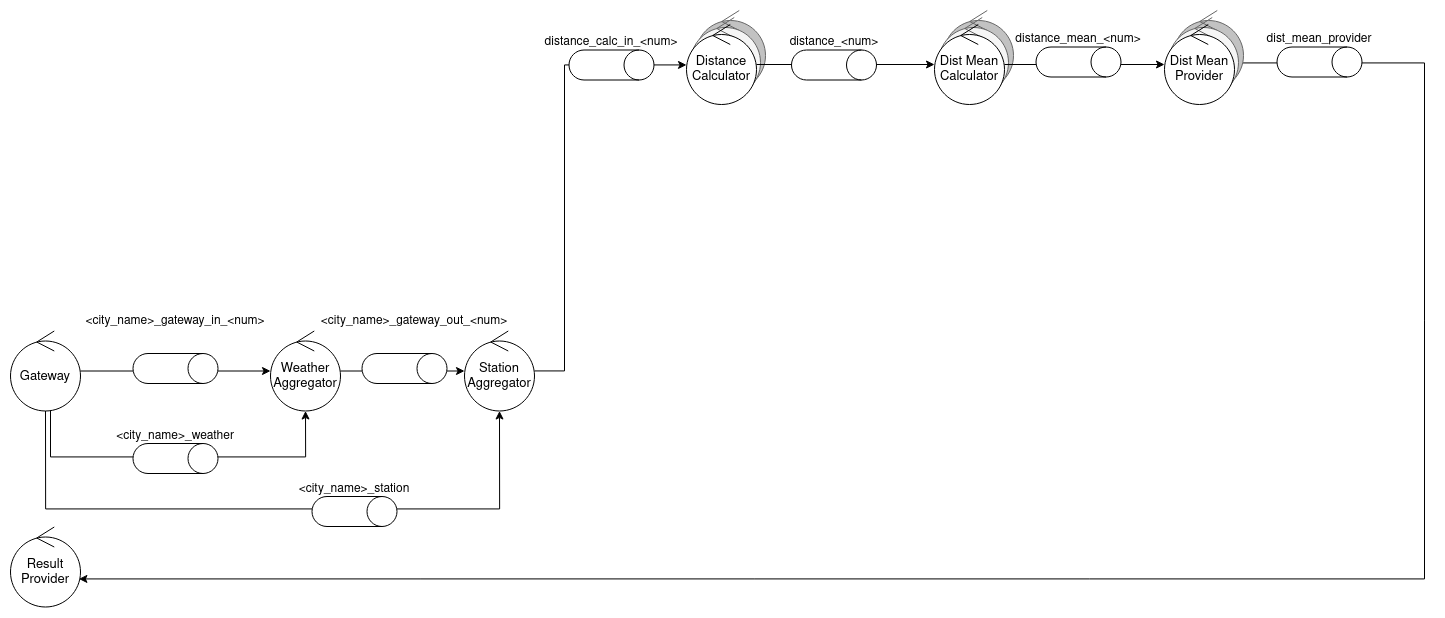
The draw.io diagram docs/robustness_query_3.png in efoppiano/dist1_tp1, before a commit. Source tidied: cells renumbered, new cells last; positions are measured from the earlier drawing's top-left corner, leaving out a move shared by most shapes.
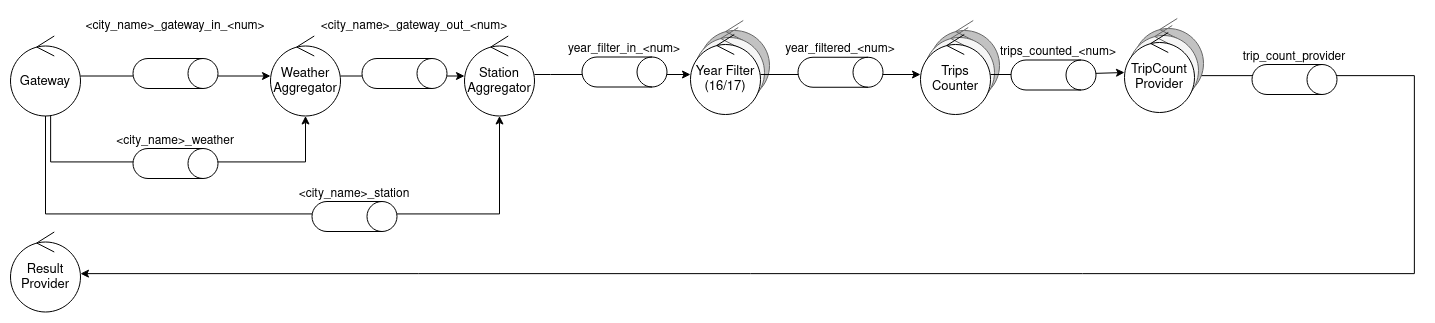
After the commit.

Diff of the diagram source:
```diff
@@ -43,7 +43,7 @@
       <mxGeometry relative="1" as="geometry" />
     </mxCell>
     <mxCell id="12" style="group;fontSize=13;" parent="1" vertex="1">
-      <mxGeometry x="676" width="79" height="94" as="geometry" />
+      <mxGeometry x="680" y="305" width="79" height="94" as="geometry" />
     </mxCell>
     <mxCell id="13" style="ellipse;shape=umlControl;whiteSpace=wrap;html=1;fillColor=#C2C2C2;fontColor=#333333;strokeColor=#666666;fontSize=13;" parent="12" vertex="1">
       <mxGeometry x="9" width="70" height="80" as="geometry" />
@@ -51,27 +51,27 @@
     <mxCell id="14" style="ellipse;shape=umlControl;whiteSpace=wrap;html=1;fillColor=#f5f5f5;fontColor=#333333;strokeColor=#666666;fontSize=13;" parent="12" vertex="1">
       <mxGeometry x="4" y="7" width="70" height="80" as="geometry" />
     </mxCell>
-    <mxCell id="15" value="Distance Calculator" style="ellipse;shape=umlControl;whiteSpace=wrap;html=1;fontSize=13;" parent="12" vertex="1">
+    <mxCell id="15" value="Year Filter (16/17)" style="ellipse;shape=umlControl;whiteSpace=wrap;html=1;fontSize=13;" parent="12" vertex="1">
       <mxGeometry y="14" width="70" height="80" as="geometry" />
     </mxCell>
     <mxCell id="16" style="edgeStyle=orthogonalEdgeStyle;rounded=0;jettySize=auto;html=1;fontSize=13;" parent="1" edge="1" source="7" target="15">
       <mxGeometry relative="1" as="geometry">
         <Array as="points">
-          <mxPoint x="554" y="360.5" />
-          <mxPoint x="554" y="54.5" />
+          <mxPoint x="540" y="359" />
+          <mxPoint x="540" y="359" />
         </Array>
       </mxGeometry>
     </mxCell>
     <mxCell id="17" style="edgeStyle=orthogonalEdgeStyle;rounded=0;jettySize=auto;html=1;" parent="1" edge="1" source="21" target="45">
       <mxGeometry relative="1" as="geometry">
         <Array as="points">
-          <mxPoint x="1414" y="52.5" />
-          <mxPoint x="1414" y="568.5" />
+          <mxPoint x="1404" y="360" />
+          <mxPoint x="1404" y="558" />
         </Array>
       </mxGeometry>
     </mxCell>
     <mxCell id="18" style="group;fontSize=13;" parent="1" vertex="1">
-      <mxGeometry x="1154" width="79" height="94" as="geometry" />
+      <mxGeometry x="1114" y="303" width="79" height="94" as="geometry" />
     </mxCell>
     <mxCell id="19" style="ellipse;shape=umlControl;whiteSpace=wrap;html=1;fillColor=#C2C2C2;fontColor=#333333;strokeColor=#666666;fontSize=13;" parent="18" vertex="1">
       <mxGeometry x="9" width="70" height="80" as="geometry" />
@@ -79,7 +79,7 @@
     <mxCell id="20" style="ellipse;shape=umlControl;whiteSpace=wrap;html=1;fillColor=#f5f5f5;fontColor=#333333;strokeColor=#666666;fontSize=13;" parent="18" vertex="1">
       <mxGeometry x="4" y="7" width="70" height="80" as="geometry" />
     </mxCell>
-    <mxCell id="21" value="Dist Mean Provider" style="ellipse;shape=umlControl;whiteSpace=wrap;html=1;fontSize=13;" parent="18" vertex="1">
+    <mxCell id="21" value="TripCount Provider" style="ellipse;shape=umlControl;whiteSpace=wrap;html=1;fontSize=13;" parent="18" vertex="1">
       <mxGeometry y="14" width="70" height="80" as="geometry" />
     </mxCell>
     <mxCell id="22" style="shape=cylinder3;whiteSpace=wrap;html=1;boundedLbl=1;backgroundOutline=1;size=15;rotation=90;" parent="1" vertex="1">
@@ -107,19 +107,19 @@
       <mxGeometry x="314" y="463.5" width="60" height="30" as="geometry" />
     </mxCell>
     <mxCell id="30" style="shape=cylinder3;whiteSpace=wrap;html=1;boundedLbl=1;backgroundOutline=1;size=15;rotation=90;" parent="1" vertex="1">
-      <mxGeometry x="586" y="12" width="30" height="85" as="geometry" />
+      <mxGeometry x="599" y="314" width="30" height="85" as="geometry" />
     </mxCell>
-    <mxCell id="31" value="distance_calc_in_&amp;lt;num&amp;gt;" style="text;html=1;strokeColor=none;fillColor=none;align=center;verticalAlign=middle;whiteSpace=wrap;rounded=0;" parent="1" vertex="1">
-      <mxGeometry x="571" y="17" width="60" height="30" as="geometry" />
+    <mxCell id="31" value="year_filter_in_&amp;lt;num&amp;gt;" style="text;html=1;strokeColor=none;fillColor=none;align=center;verticalAlign=middle;whiteSpace=wrap;rounded=0;" parent="1" vertex="1">
+      <mxGeometry x="584" y="319" width="60" height="30" as="geometry" />
     </mxCell>
     <mxCell id="32" style="shape=cylinder3;whiteSpace=wrap;html=1;boundedLbl=1;backgroundOutline=1;size=15;rotation=90;" parent="1" vertex="1">
-      <mxGeometry x="1294" y="9" width="30" height="85" as="geometry" />
+      <mxGeometry x="1269" y="321.5" width="30" height="85" as="geometry" />
     </mxCell>
-    <mxCell id="33" value="dist_mean_provider" style="text;html=1;strokeColor=none;fillColor=none;align=center;verticalAlign=middle;whiteSpace=wrap;rounded=0;" parent="1" vertex="1">
-      <mxGeometry x="1279" y="14" width="60" height="30" as="geometry" />
+    <mxCell id="33" value="trip_count_provider" style="text;html=1;strokeColor=none;fillColor=none;align=center;verticalAlign=middle;whiteSpace=wrap;rounded=0;" parent="1" vertex="1">
+      <mxGeometry x="1254" y="326.5" width="60" height="30" as="geometry" />
     </mxCell>
     <mxCell id="34" style="group;fontSize=13;" parent="1" vertex="1">
-      <mxGeometry x="924" width="79" height="94" as="geometry" />
+      <mxGeometry x="910" y="305" width="79" height="94" as="geometry" />
     </mxCell>
     <mxCell id="35" style="ellipse;shape=umlControl;whiteSpace=wrap;html=1;fillColor=#C2C2C2;fontColor=#333333;strokeColor=#666666;fontSize=13;" parent="34" vertex="1">
       <mxGeometry x="9" width="70" height="80" as="geometry" />
@@ -127,26 +127,26 @@
     <mxCell id="36" style="ellipse;shape=umlControl;whiteSpace=wrap;html=1;fillColor=#f5f5f5;fontColor=#333333;strokeColor=#666666;fontSize=13;" parent="34" vertex="1">
       <mxGeometry x="4" y="7" width="70" height="80" as="geometry" />
     </mxCell>
-    <mxCell id="37" value="Dist Mean Calculator" style="ellipse;shape=umlControl;whiteSpace=wrap;html=1;fontSize=13;" parent="34" vertex="1">
+    <mxCell id="37" value="Trips Counter" style="ellipse;shape=umlControl;whiteSpace=wrap;html=1;fontSize=13;" parent="34" vertex="1">
       <mxGeometry y="14" width="70" height="80" as="geometry" />
     </mxCell>
     <mxCell id="38" style="edgeStyle=orthogonalEdgeStyle;rounded=0;jettySize=auto;html=1;" parent="1" edge="1" source="15" target="37">
       <mxGeometry relative="1" as="geometry" />
     </mxCell>
-    <mxCell id="39" style="edgeStyle=orthogonalEdgeStyle;rounded=0;jettySize=auto;html=1;" parent="1" edge="1" source="37" target="21">
-      <mxGeometry relative="1" as="geometry" />
+    <mxCell id="39" style="shape=cylinder3;whiteSpace=wrap;html=1;boundedLbl=1;backgroundOutline=1;size=15;rotation=90;" parent="1" vertex="1">
+      <mxGeometry x="815" y="314.2" width="30" height="85" as="geometry" />
     </mxCell>
-    <mxCell id="40" style="shape=cylinder3;whiteSpace=wrap;html=1;boundedLbl=1;backgroundOutline=1;size=15;rotation=90;" parent="1" vertex="1">
-      <mxGeometry x="808.5" y="12" width="30" height="85" as="geometry" />
+    <mxCell id="40" value="year_filtered_&amp;lt;num&amp;gt;" style="text;html=1;strokeColor=none;fillColor=none;align=center;verticalAlign=middle;whiteSpace=wrap;rounded=0;" parent="1" vertex="1">
+      <mxGeometry x="800" y="319.2" width="60" height="30" as="geometry" />
     </mxCell>
-    <mxCell id="41" value="distance_&amp;lt;num&amp;gt;" style="text;html=1;strokeColor=none;fillColor=none;align=center;verticalAlign=middle;whiteSpace=wrap;rounded=0;" parent="1" vertex="1">
-      <mxGeometry x="793.5" y="17" width="60" height="30" as="geometry" />
+    <mxCell id="41" style="edgeStyle=orthogonalEdgeStyle;rounded=0;jettySize=auto;html=1;" parent="1" edge="1" source="37" target="21">
+      <mxGeometry relative="1" as="geometry" />
     </mxCell>
     <mxCell id="42" style="shape=cylinder3;whiteSpace=wrap;html=1;boundedLbl=1;backgroundOutline=1;size=15;rotation=90;" parent="1" vertex="1">
-      <mxGeometry x="1053" y="9" width="30" height="85" as="geometry" />
+      <mxGeometry x="1028" y="317" width="30" height="85" as="geometry" />
     </mxCell>
-    <mxCell id="43" value="distance_mean_&amp;lt;num&amp;gt;" style="text;html=1;strokeColor=none;fillColor=none;align=center;verticalAlign=middle;whiteSpace=wrap;rounded=0;" parent="1" vertex="1">
-      <mxGeometry x="1038" y="14" width="60" height="30" as="geometry" />
+    <mxCell id="43" value="trips_counted_&amp;lt;num&amp;gt;" style="text;html=1;strokeColor=none;fillColor=none;align=center;verticalAlign=middle;whiteSpace=wrap;rounded=0;" parent="1" vertex="1">
+      <mxGeometry x="1018" y="322" width="60" height="30" as="geometry" />
     </mxCell>
     <mxCell id="44" style="group;fontSize=13;" parent="1" vertex="1">
       <mxGeometry y="502.5" width="79" height="94" as="geometry" />
```
